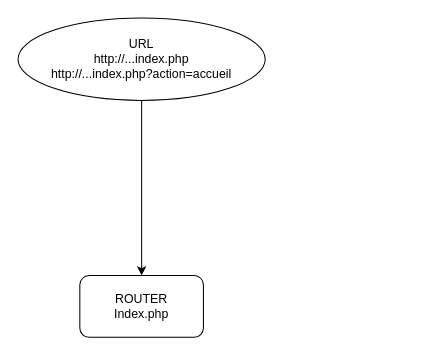
The draw.io diagram Untitled Diagram.drawio in amalthee75/isabelle_choppy_4_24122021, before the edit. Source tidied: cells renumbered, new cells numbered last; positions are measured from the earlier drawing's top-left corner, leaving out a move shared by most shapes. Both pictures are drawn from the tidied source at 103%, with x=0, y=0 at pixel (18, 18).
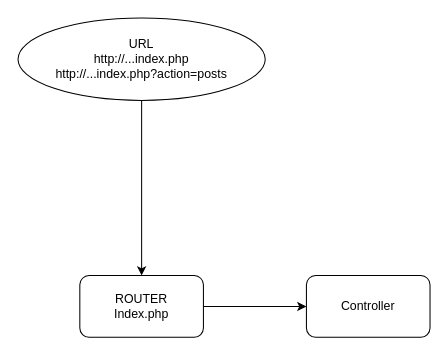
The same page after the edit.

Commit message:
Shema_MVC

Change to the diagram source:
```diff
@@
 <mxGraphModel>
   <root>
     <mxCell id="0" />
     <mxCell id="1" parent="0" />
+    <mxCell id="5" style="edgeStyle=orthogonalEdgeStyle;rounded=0;jettySize=auto;html=1;entryX=0;entryY=0.5;entryDx=0;entryDy=0;" parent="1" edge="1" source="2" target="6">
+      <mxGeometry relative="1" as="geometry" />
+    </mxCell>
     <mxCell id="2" value="ROUTER&lt;br&gt;Index.php" style="rounded=1;whiteSpace=wrap;html=1;" parent="1" vertex="1">
       <mxGeometry x="60" y="250" width="120" height="60" as="geometry" />
     </mxCell>
     <mxCell id="3" style="edgeStyle=orthogonalEdgeStyle;rounded=0;jettySize=auto;html=1;" parent="1" edge="1" source="4" target="2">
       <mxGeometry relative="1" as="geometry" />
     </mxCell>
-    <mxCell id="4" value="URL&lt;br&gt;http://...index.php&lt;br&gt;http://...index.php?action=accueil" style="ellipse;whiteSpace=wrap;html=1;" parent="1" vertex="1">
+    <mxCell id="4" value="URL&lt;br&gt;http://...index.php&lt;br&gt;http://...index.php?action=posts" style="ellipse;whiteSpace=wrap;html=1;" parent="1" vertex="1">
       <mxGeometry width="240" height="80" as="geometry" />
     </mxCell>
+    <mxCell id="6" value="Controller" style="rounded=1;whiteSpace=wrap;html=1;" parent="1" vertex="1">
+      <mxGeometry x="280" y="250" width="120" height="60" as="geometry" />
+    </mxCell>
   </root>
 </mxGraphModel>
```
